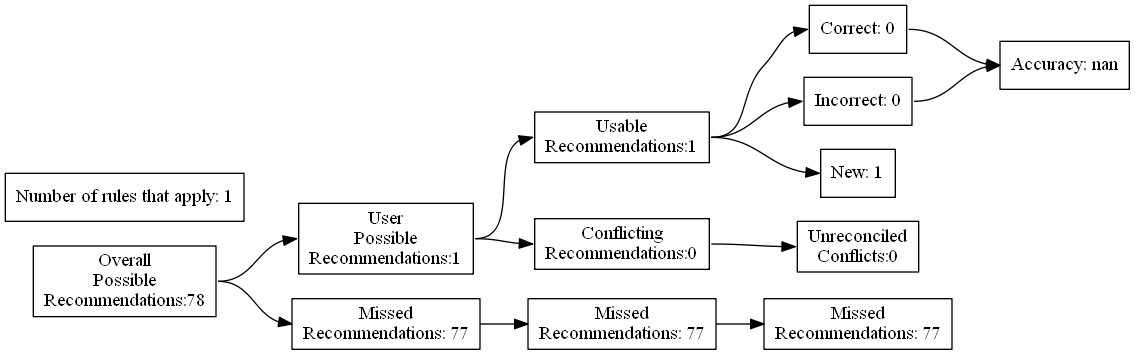
The Graphviz diagram test_renders/69.gv.png in ZaxR/ibd_diet_analysis, before a commit. Its source is kept beside it as test_renders/69.gv.
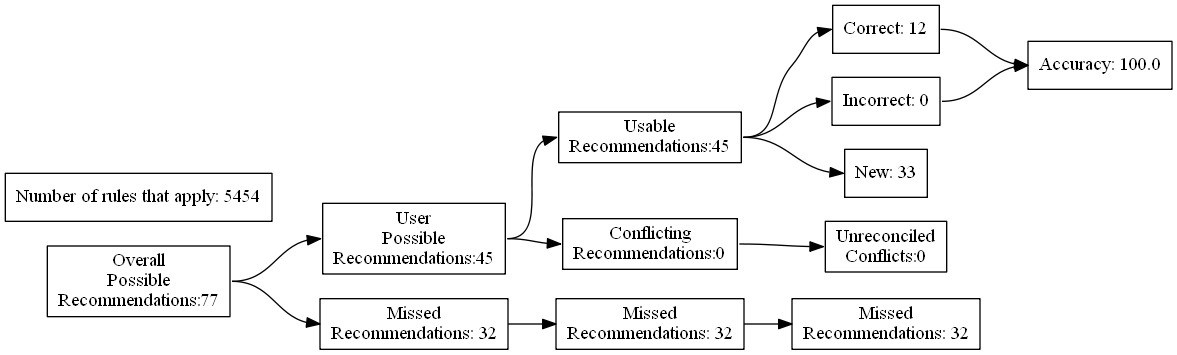
The same diagram one commit later.

The edit, as a diff of the source:
```diff
@@ -4,27 +4,27 @@
 	edge [headport=w tailport=e]
 		A [label="Overall
 Possible
-Recommendations:78"]
+Recommendations:77"]
 		B [label="User
 Possible
-Recommendations:1"]
+Recommendations:45"]
 		C [label="Missed
-Recommendations: 77"]
+Recommendations: 32"]
 		D [label="Usable
-Recommendations:1"]
+Recommendations:45"]
 		E [label="Conflicting
 Recommendations:0"]
 		J [label="Missed
-Recommendations: 77"]
+Recommendations: 32"]
 		M [label="Unreconciled
 Conflicts:0"]
-		F [label="Correct: 0"]
+		F [label="Correct: 12"]
 		G [label="Incorrect: 0"]
-		H [label="New: 1"]
+		H [label="New: 33"]
 		K [label="Missed
-Recommendations: 77"]
-		I [label="Accuracy: nan"]
-		l [label="Number of rules that apply: 1"]
+Recommendations: 32"]
+		I [label="Accuracy: 100.0"]
+		l [label="Number of rules that apply: 5454"]
 			A -> B
 			A -> C
 			B -> D
```
